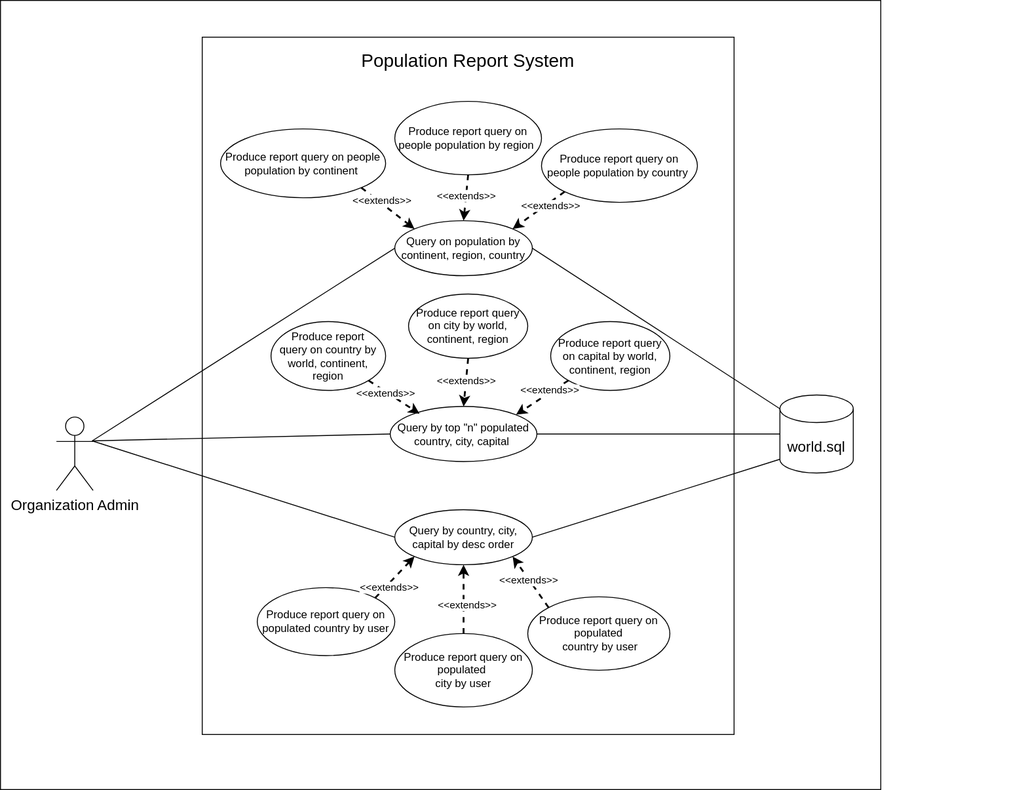
The draw.io diagram ProjectGroup4_UML.svg in Saw-Yu-Nandar/DevOps_gp4, before a commit. Source tidied: cells renumbered, new cells last; positions are measured from the earlier drawing's top-left corner, leaving out a move shared by most shapes.
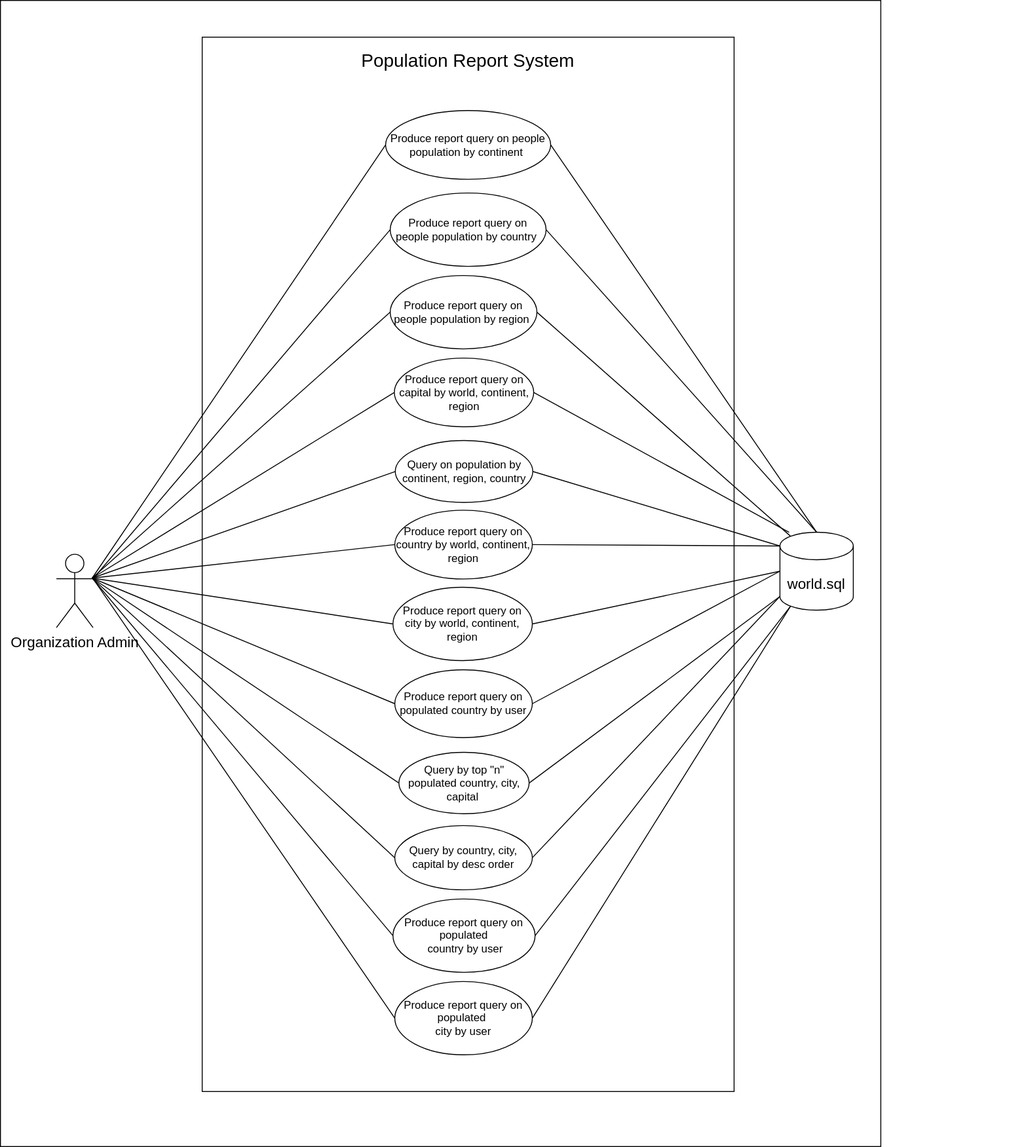
Later version of the same file.

The edit, as a diff of the source:
```diff
@@ -3,55 +3,55 @@
     <mxCell id="0" />
     <mxCell id="1" parent="0" />
     <mxCell id="2" style="rounded=0;whiteSpace=wrap;html=1;fontSize=16;fillColor=none;" parent="1" vertex="1">
-      <mxGeometry width="960" height="860" as="geometry" />
+      <mxGeometry y="-150" width="960" height="1250" as="geometry" />
     </mxCell>
     <mxCell id="3" value="Organization Admin" style="shape=umlActor;verticalLabelPosition=bottom;verticalAlign=top;html=1;outlineConnect=0;fontSize=16;" parent="1" vertex="1">
       <mxGeometry x="61" y="454" width="40" height="80" as="geometry" />
     </mxCell>
     <mxCell id="4" style="rounded=0;whiteSpace=wrap;html=1;" parent="1" vertex="1">
-      <mxGeometry x="220" y="40" width="580" height="760" as="geometry" />
+      <mxGeometry x="220" y="-110" width="580" height="1150" as="geometry" />
     </mxCell>
     <mxCell id="5" value="Population Report System" style="text;html=1;strokeColor=none;fillColor=none;align=center;verticalAlign=middle;whiteSpace=wrap;rounded=0;fontSize=20;" parent="1" vertex="1">
-      <mxGeometry x="220" y="40" width="580" height="50" as="geometry" />
+      <mxGeometry x="220" y="-110" width="580" height="50" as="geometry" />
     </mxCell>
     <mxCell id="6" value="world.sql" style="shape=cylinder3;whiteSpace=wrap;html=1;boundedLbl=1;backgroundOutline=1;size=15;fontSize=16;" parent="1" vertex="1">
       <mxGeometry x="850" y="430" width="80" height="85" as="geometry" />
     </mxCell>
     <mxCell id="7" value="Query by country, city, capital by desc order" style="ellipse;whiteSpace=wrap;html=1;fontSize=12;" parent="1" vertex="1">
-      <mxGeometry x="430" y="555" width="150" height="60" as="geometry" />
+      <mxGeometry x="430" y="750" width="150" height="70" as="geometry" />
     </mxCell>
     <mxCell id="8" value="Query by top &quot;n&quot; populated country, city, capital&amp;nbsp;" style="ellipse;whiteSpace=wrap;html=1;fontSize=12;" parent="1" vertex="1">
-      <mxGeometry x="425" y="442.5" width="160" height="60" as="geometry" />
+      <mxGeometry x="434.5" y="670" width="142" height="67" as="geometry" />
     </mxCell>
     <mxCell id="9" value="Query on population by continent, region, country" style="ellipse;whiteSpace=wrap;html=1;fontSize=12;" parent="1" vertex="1">
-      <mxGeometry x="430" y="240" width="150" height="60" as="geometry" />
+      <mxGeometry x="430.5" y="330" width="150" height="67.5" as="geometry" />
     </mxCell>
     <mxCell id="10" value="Produce report query on populated&lt;br&gt;&amp;nbsp;country by user" style="ellipse;whiteSpace=wrap;html=1;fontSize=12;" parent="1" vertex="1">
-      <mxGeometry x="575" y="650" width="155" height="80" as="geometry" />
+      <mxGeometry x="428" y="830" width="155" height="80" as="geometry" />
     </mxCell>
     <mxCell id="11" value="Produce report query&amp;nbsp;on people population by continent&amp;nbsp;" style="ellipse;whiteSpace=wrap;html=1;fontSize=12;" parent="1" vertex="1">
-      <mxGeometry x="240" y="140" width="180" height="75" as="geometry" />
+      <mxGeometry x="420" y="-30" width="180" height="75" as="geometry" />
     </mxCell>
     <mxCell id="12" value="Produce report query&amp;nbsp;on people population by region&amp;nbsp;" style="ellipse;whiteSpace=wrap;html=1;fontSize=12;" parent="1" vertex="1">
-      <mxGeometry x="430" y="110" width="160" height="80" as="geometry" />
+      <mxGeometry x="425" y="150" width="160" height="80" as="geometry" />
     </mxCell>
     <mxCell id="13" value="Produce report query&amp;nbsp;on people population by country&amp;nbsp;" style="ellipse;whiteSpace=wrap;html=1;fontSize=12;" parent="1" vertex="1">
-      <mxGeometry x="590" y="140" width="170" height="80" as="geometry" />
+      <mxGeometry x="425" y="60" width="170" height="80" as="geometry" />
     </mxCell>
     <mxCell id="14" value="Produce report query&amp;nbsp;on country by world, continent, region" style="ellipse;whiteSpace=wrap;html=1;fontSize=12;" parent="1" vertex="1">
-      <mxGeometry x="295" y="350" width="125" height="75" as="geometry" />
+      <mxGeometry x="430" y="406" width="150" height="75" as="geometry" />
     </mxCell>
     <mxCell id="15" value="Produce report query on city by world, continent, region" style="ellipse;whiteSpace=wrap;html=1;fontSize=12;" parent="1" vertex="1">
-      <mxGeometry x="445" y="320" width="130" height="70" as="geometry" />
+      <mxGeometry x="428" y="490" width="152" height="80" as="geometry" />
     </mxCell>
     <mxCell id="16" value="Produce report query on capital by world, continent, region" style="ellipse;whiteSpace=wrap;html=1;fontSize=12;" parent="1" vertex="1">
-      <mxGeometry x="600" y="350" width="130" height="75" as="geometry" />
+      <mxGeometry x="429.5" y="240" width="152" height="75" as="geometry" />
     </mxCell>
     <mxCell id="17" value="Produce report query on populated country by user" style="ellipse;whiteSpace=wrap;html=1;fontSize=12;" parent="1" vertex="1">
-      <mxGeometry x="280" y="640" width="150" height="74" as="geometry" />
+      <mxGeometry x="430" y="580" width="150" height="74" as="geometry" />
     </mxCell>
     <mxCell id="18" value="Produce report query on populated&amp;nbsp;&lt;br&gt;city by user" style="ellipse;whiteSpace=wrap;html=1;fontSize=12;" parent="1" vertex="1">
-      <mxGeometry x="430" y="690" width="150" height="80" as="geometry" />
+      <mxGeometry x="430" y="920" width="150" height="80" as="geometry" />
     </mxCell>
     <mxCell id="19" style="endArrow=none;html=1;rounded=0;strokeWidth=1;fontSize=16;entryX=0;entryY=0.5;entryDx=0;entryDy=0;" parent="1" edge="1" target="9">
       <mxGeometry relative="1" as="geometry">
@@ -71,70 +71,84 @@
     <mxCell id="22" style="endArrow=none;html=1;rounded=0;strokeWidth=1;fontSize=16;entryX=0;entryY=0;entryDx=0;entryDy=15;exitX=1;exitY=0.5;exitDx=0;exitDy=0;entryPerimeter=0;" parent="1" edge="1" source="9" target="6">
       <mxGeometry relative="1" as="geometry" />
     </mxCell>
-    <mxCell id="23" style="endArrow=none;html=1;rounded=0;strokeWidth=1;fontSize=16;exitX=1;exitY=0.5;exitDx=0;exitDy=0;entryX=0;entryY=0.5;entryDx=0;entryDy=0;entryPerimeter=0;" parent="1" edge="1" source="8" target="6">
+    <mxCell id="23" style="endArrow=none;html=1;rounded=0;strokeWidth=1;fontSize=16;exitX=1;exitY=0.5;exitDx=0;exitDy=0;entryX=0;entryY=1;entryDx=0;entryDy=-15;entryPerimeter=0;" parent="1" edge="1" source="8" target="6">
       <mxGeometry relative="1" as="geometry" />
     </mxCell>
     <mxCell id="24" style="endArrow=none;html=1;rounded=0;strokeWidth=1;fontSize=16;exitX=1;exitY=0.5;exitDx=0;exitDy=0;entryX=0;entryY=1;entryDx=0;entryDy=-15;entryPerimeter=0;" parent="1" edge="1" source="7" target="6">
       <mxGeometry relative="1" as="geometry" />
     </mxCell>
-    <mxCell id="25" style="rounded=0;jettySize=auto;html=1;strokeWidth=2;fontSize=16;dashed=1;entryX=1;entryY=0;entryDx=0;entryDy=0;exitX=0;exitY=1;exitDx=0;exitDy=0;" parent="1" edge="1" source="13" target="9">
-      <mxGeometry relative="1" as="geometry" />
-    </mxCell>
-    <mxCell id="26" value="&amp;lt;&amp;lt;extends&amp;gt;&amp;gt;" style="edgeLabel;html=1;align=center;verticalAlign=middle;" parent="25" vertex="1">
-      <mxGeometry x="-0.35" y="2" relative="1" as="geometry">
-        <mxPoint x="1" as="offset" />
-      </mxGeometry>
-    </mxCell>
-    <mxCell id="27" style="rounded=0;jettySize=auto;html=1;strokeWidth=2;fontSize=16;dashed=1;exitX=0.5;exitY=1;exitDx=0;exitDy=0;entryX=0.5;entryY=0;entryDx=0;entryDy=0;" parent="1" edge="1" source="12" target="9">
-      <mxGeometry relative="1" as="geometry" />
-    </mxCell>
-    <mxCell id="28" value="&amp;lt;&amp;lt;extends&amp;gt;&amp;gt;" style="edgeLabel;html=1;align=center;verticalAlign=middle;" parent="27" vertex="1">
-      <mxGeometry x="-0.08" relative="1" as="geometry" />
-    </mxCell>
-    <mxCell id="29" style="rounded=0;jettySize=auto;html=1;strokeWidth=2;fontSize=16;dashed=1;entryX=0;entryY=0;entryDx=0;entryDy=0;exitX=1;exitY=1;exitDx=0;exitDy=0;" parent="1" edge="1" source="11" target="9">
-      <mxGeometry relative="1" as="geometry" />
-    </mxCell>
-    <mxCell id="30" value="&amp;lt;&amp;lt;extends&amp;gt;&amp;gt;" style="edgeLabel;html=1;align=center;verticalAlign=middle;" parent="29" vertex="1">
-      <mxGeometry x="-0.29" y="3" relative="1" as="geometry" />
-    </mxCell>
-    <mxCell id="31" style="rounded=0;jettySize=auto;html=1;strokeWidth=2;fontSize=16;dashed=1;entryX=1;entryY=0;entryDx=0;entryDy=0;exitX=0;exitY=1;exitDx=0;exitDy=0;" parent="1" edge="1" source="16" target="8">
-      <mxGeometry relative="1" as="geometry" />
-    </mxCell>
-    <mxCell id="32" value="&amp;lt;&amp;lt;extends&amp;gt;&amp;gt;" style="edgeLabel;html=1;align=center;verticalAlign=middle;" parent="31" vertex="1">
-      <mxGeometry x="-0.34" y="-3" relative="1" as="geometry" />
-    </mxCell>
-    <mxCell id="33" style="rounded=0;jettySize=auto;html=1;strokeWidth=2;fontSize=16;dashed=1;entryX=0.5;entryY=0;entryDx=0;entryDy=0;exitX=0.5;exitY=1;exitDx=0;exitDy=0;" parent="1" edge="1" source="15" target="8">
-      <mxGeometry relative="1" as="geometry" />
-    </mxCell>
-    <mxCell id="34" value="&amp;lt;&amp;lt;extends&amp;gt;&amp;gt;" style="edgeLabel;html=1;align=center;verticalAlign=middle;" parent="33" vertex="1">
-      <mxGeometry x="-0.07" relative="1" as="geometry" />
-    </mxCell>
-    <mxCell id="35" style="rounded=0;jettySize=auto;html=1;strokeWidth=2;fontSize=16;dashed=1;entryX=0.2;entryY=0.133;entryDx=0;entryDy=0;exitX=1;exitY=1;exitDx=0;exitDy=0;entryPerimeter=0;" parent="1" edge="1" source="14" target="8">
-      <mxGeometry relative="1" as="geometry" />
-    </mxCell>
-    <mxCell id="36" value="&amp;lt;&amp;lt;extends&amp;gt;&amp;gt;" style="edgeLabel;html=1;align=center;verticalAlign=middle;" parent="35" vertex="1">
-      <mxGeometry x="-0.31" y="-1" relative="1" as="geometry" />
-    </mxCell>
-    <mxCell id="37" style="rounded=0;jettySize=auto;html=1;strokeWidth=2;fontSize=16;dashed=1;entryX=0;entryY=1;entryDx=0;entryDy=0;exitX=1;exitY=0;exitDx=0;exitDy=0;" parent="1" edge="1" source="17" target="7">
-      <mxGeometry relative="1" as="geometry" />
-    </mxCell>
-    <mxCell id="38" value="&amp;lt;&amp;lt;extends&amp;gt;&amp;gt;" style="edgeLabel;html=1;align=center;verticalAlign=middle;" parent="37" vertex="1">
-      <mxGeometry x="-0.4" y="-2" relative="1" as="geometry" />
-    </mxCell>
-    <mxCell id="39" style="rounded=0;jettySize=auto;html=1;strokeWidth=2;fontSize=16;dashed=1;entryX=0.5;entryY=1;entryDx=0;entryDy=0;exitX=0.5;exitY=0;exitDx=0;exitDy=0;" parent="1" edge="1" source="18" target="7">
-      <mxGeometry relative="1" as="geometry" />
-    </mxCell>
-    <mxCell id="40" value="&amp;lt;&amp;lt;extends&amp;gt;&amp;gt;" style="edgeLabel;html=1;align=center;verticalAlign=middle;" parent="39" vertex="1">
-      <mxGeometry x="-0.15" y="-3" relative="1" as="geometry" />
-    </mxCell>
-    <mxCell id="41" style="rounded=0;jettySize=auto;html=1;strokeWidth=2;fontSize=16;dashed=1;entryX=1;entryY=1;entryDx=0;entryDy=0;exitX=0;exitY=0;exitDx=0;exitDy=0;" parent="1" edge="1" source="10" target="7">
-      <mxGeometry relative="1" as="geometry" />
-    </mxCell>
-    <mxCell id="42" value="&amp;lt;&amp;lt;extends&amp;gt;&amp;gt;" style="edgeLabel;html=1;align=center;verticalAlign=middle;" parent="41" vertex="1">
-      <mxGeometry x="0.09" y="1" relative="1" as="geometry" />
-    </mxCell>
     <mxCell id="43" value="&lt;span style=&quot;caret-color: rgba(0, 0, 0, 0); color: rgba(0, 0, 0, 0); font-family: monospace; font-size: 0px; text-align: start;&quot;&gt;%3CmxGraphModel%3E%3Croot%3E%3CmxCell%20id%3D%220%22%2F%3E%3CmxCell%20id%3D%221%22%20parent%3D%220%22%2F%3E%3CmxCell%20id%3D%222%22%20style%3D%22rounded%3D0%3BorthogonalLoop%3D1%3BjettySize%3Dauto%3Bhtml%3D1%3BstrokeWidth%3D2%3BfontSize%3D16%3Bdashed%3D1%3BentryX%3D0.89%3BentryY%3D0.169%3BentryDx%3D0%3BentryDy%3D0%3BentryPerimeter%3D0%3B%22%20edge%3D%221%22%20parent%3D%221%22%3E%3CmxGeometry%20relative%3D%221%22%20as%3D%22geometry%22%3E%3CmxPoint%20x%3D%22760%22%20y%3D%22249%22%20as%3D%22sourcePoint%22%2F%3E%3CmxPoint%20x%3D%22800%22%20y%3D%22249%22%20as%3D%22targetPoint%22%2F%3E%3C%2FmxGeometry%3E%3C%2FmxCell%3E%3C%2Froot%3E%3C%2FmxGraphModel%3E&lt;/span&gt;" style="text;html=1;align=center;verticalAlign=middle;strokeColor=none;fillColor=none;" parent="1" vertex="1">
       <mxGeometry x="1100" y="185" width="20" height="30" as="geometry" />
     </mxCell>
+    <mxCell id="44" style="endArrow=none;html=1;rounded=0;strokeWidth=1;fontSize=16;entryX=0.5;entryY=0;entryDx=0;entryDy=0;exitX=1;exitY=0.5;exitDx=0;exitDy=0;entryPerimeter=0;" parent="1" edge="1" source="11" target="6">
+      <mxGeometry relative="1" as="geometry" />
+    </mxCell>
+    <mxCell id="45" style="endArrow=none;html=1;rounded=0;strokeWidth=1;fontSize=16;entryX=0.5;entryY=0;entryDx=0;entryDy=0;exitX=1;exitY=0.5;exitDx=0;exitDy=0;entryPerimeter=0;" parent="1" edge="1" source="13" target="6">
+      <mxGeometry relative="1" as="geometry" />
+    </mxCell>
+    <mxCell id="46" style="endArrow=none;html=1;rounded=0;strokeWidth=1;fontSize=16;entryX=0.145;entryY=0;entryDx=0;entryDy=4.35;exitX=1;exitY=0.5;exitDx=0;exitDy=0;entryPerimeter=0;" parent="1" edge="1" source="12" target="6">
+      <mxGeometry relative="1" as="geometry" />
+    </mxCell>
+    <mxCell id="47" style="endArrow=none;html=1;rounded=0;strokeWidth=1;fontSize=16;exitX=1;exitY=0.5;exitDx=0;exitDy=0;" parent="1" edge="1" source="16">
+      <mxGeometry relative="1" as="geometry">
+        <mxPoint x="860" y="430" as="targetPoint" />
+      </mxGeometry>
+    </mxCell>
+    <mxCell id="48" style="endArrow=none;html=1;rounded=0;strokeWidth=1;fontSize=16;entryX=0;entryY=0;entryDx=0;entryDy=15;exitX=1;exitY=0.5;exitDx=0;exitDy=0;entryPerimeter=0;" parent="1" edge="1" source="14" target="6">
+      <mxGeometry relative="1" as="geometry" />
+    </mxCell>
+    <mxCell id="49" style="endArrow=none;html=1;rounded=0;strokeWidth=1;fontSize=16;entryX=0;entryY=0.5;entryDx=0;entryDy=0;exitX=1;exitY=0.5;exitDx=0;exitDy=0;entryPerimeter=0;" parent="1" edge="1" source="15" target="6">
+      <mxGeometry relative="1" as="geometry" />
+    </mxCell>
+    <mxCell id="50" style="endArrow=none;html=1;rounded=0;strokeWidth=1;fontSize=16;entryX=0;entryY=0.5;entryDx=0;entryDy=0;exitX=1;exitY=0.5;exitDx=0;exitDy=0;entryPerimeter=0;" parent="1" edge="1" source="17" target="6">
+      <mxGeometry relative="1" as="geometry" />
+    </mxCell>
+    <mxCell id="51" style="endArrow=none;html=1;rounded=0;strokeWidth=1;fontSize=16;entryX=0.145;entryY=1;entryDx=0;entryDy=-4.35;exitX=1;exitY=0.5;exitDx=0;exitDy=0;entryPerimeter=0;" parent="1" edge="1" source="10" target="6">
+      <mxGeometry relative="1" as="geometry" />
+    </mxCell>
+    <mxCell id="52" style="endArrow=none;html=1;rounded=0;strokeWidth=1;fontSize=16;entryX=0.145;entryY=1;entryDx=0;entryDy=-4.35;exitX=1;exitY=0.5;exitDx=0;exitDy=0;entryPerimeter=0;" parent="1" edge="1" source="18" target="6">
+      <mxGeometry relative="1" as="geometry" />
+    </mxCell>
+    <mxCell id="53" style="endArrow=none;html=1;rounded=0;strokeWidth=1;fontSize=16;entryX=0;entryY=0.5;entryDx=0;entryDy=0;" parent="1" edge="1" target="11">
+      <mxGeometry relative="1" as="geometry">
+        <mxPoint x="100" y="480" as="sourcePoint" />
+      </mxGeometry>
+    </mxCell>
+    <mxCell id="54" style="endArrow=none;html=1;rounded=0;strokeWidth=1;fontSize=16;entryX=0;entryY=0.5;entryDx=0;entryDy=0;exitX=1;exitY=0.3333333333333333;exitDx=0;exitDy=0;exitPerimeter=0;" parent="1" edge="1" source="3" target="13">
+      <mxGeometry relative="1" as="geometry" />
+    </mxCell>
+    <mxCell id="55" style="endArrow=none;html=1;rounded=0;strokeWidth=1;fontSize=16;entryX=0;entryY=0.5;entryDx=0;entryDy=0;" parent="1" edge="1" target="12">
+      <mxGeometry relative="1" as="geometry">
+        <mxPoint x="100" y="480" as="sourcePoint" />
+      </mxGeometry>
+    </mxCell>
+    <mxCell id="56" style="endArrow=none;html=1;rounded=0;strokeWidth=1;fontSize=16;entryX=0;entryY=0.5;entryDx=0;entryDy=0;" parent="1" edge="1" target="16">
+      <mxGeometry relative="1" as="geometry">
+        <mxPoint x="100" y="480" as="sourcePoint" />
+      </mxGeometry>
+    </mxCell>
+    <mxCell id="57" style="endArrow=none;html=1;rounded=0;strokeWidth=1;fontSize=16;entryX=0;entryY=0.5;entryDx=0;entryDy=0;" parent="1" edge="1" target="14">
+      <mxGeometry relative="1" as="geometry">
+        <mxPoint x="100" y="480" as="sourcePoint" />
+      </mxGeometry>
+    </mxCell>
+    <mxCell id="58" style="endArrow=none;html=1;rounded=0;strokeWidth=1;fontSize=16;entryX=0;entryY=0.5;entryDx=0;entryDy=0;" parent="1" edge="1" target="15">
+      <mxGeometry relative="1" as="geometry">
+        <mxPoint x="100" y="480" as="sourcePoint" />
+      </mxGeometry>
+    </mxCell>
+    <mxCell id="59" style="endArrow=none;html=1;rounded=0;strokeWidth=1;fontSize=16;entryX=0;entryY=0.5;entryDx=0;entryDy=0;" parent="1" edge="1" target="17">
+      <mxGeometry relative="1" as="geometry">
+        <mxPoint x="100" y="480" as="sourcePoint" />
+      </mxGeometry>
+    </mxCell>
+    <mxCell id="60" style="endArrow=none;html=1;rounded=0;strokeWidth=1;fontSize=16;entryX=0;entryY=0.5;entryDx=0;entryDy=0;" parent="1" edge="1" target="10">
+      <mxGeometry relative="1" as="geometry">
+        <mxPoint x="100" y="480" as="sourcePoint" />
+      </mxGeometry>
+    </mxCell>
+    <mxCell id="61" style="endArrow=none;html=1;rounded=0;strokeWidth=1;fontSize=16;entryX=0;entryY=0.5;entryDx=0;entryDy=0;exitX=1;exitY=0.3333333333333333;exitDx=0;exitDy=0;exitPerimeter=0;" parent="1" edge="1" source="3" target="18">
+      <mxGeometry relative="1" as="geometry" />
+    </mxCell>
   </root>
 </mxGraphModel>
```
